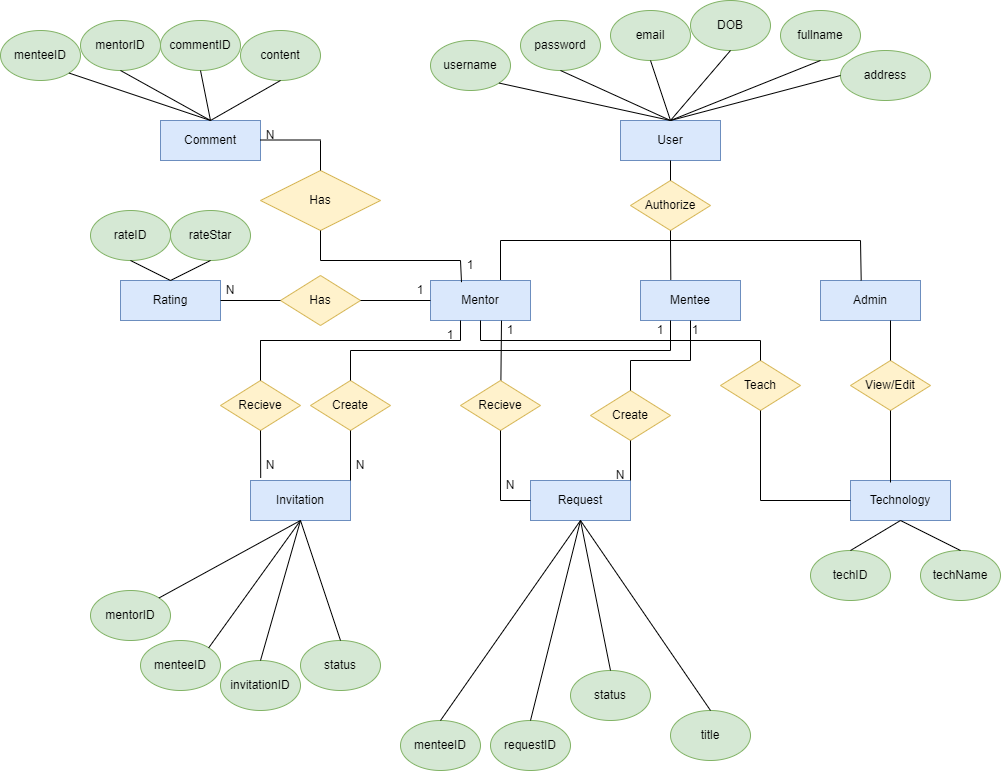
dungdt23/SWP391_Document keeps this draw.io diagram as ERD.drawio.png. Above is the earlier version. Source tidied: cells renumbered, new cells last; positions are measured from the earlier drawing's top-left corner, leaving out a move shared by most shapes.
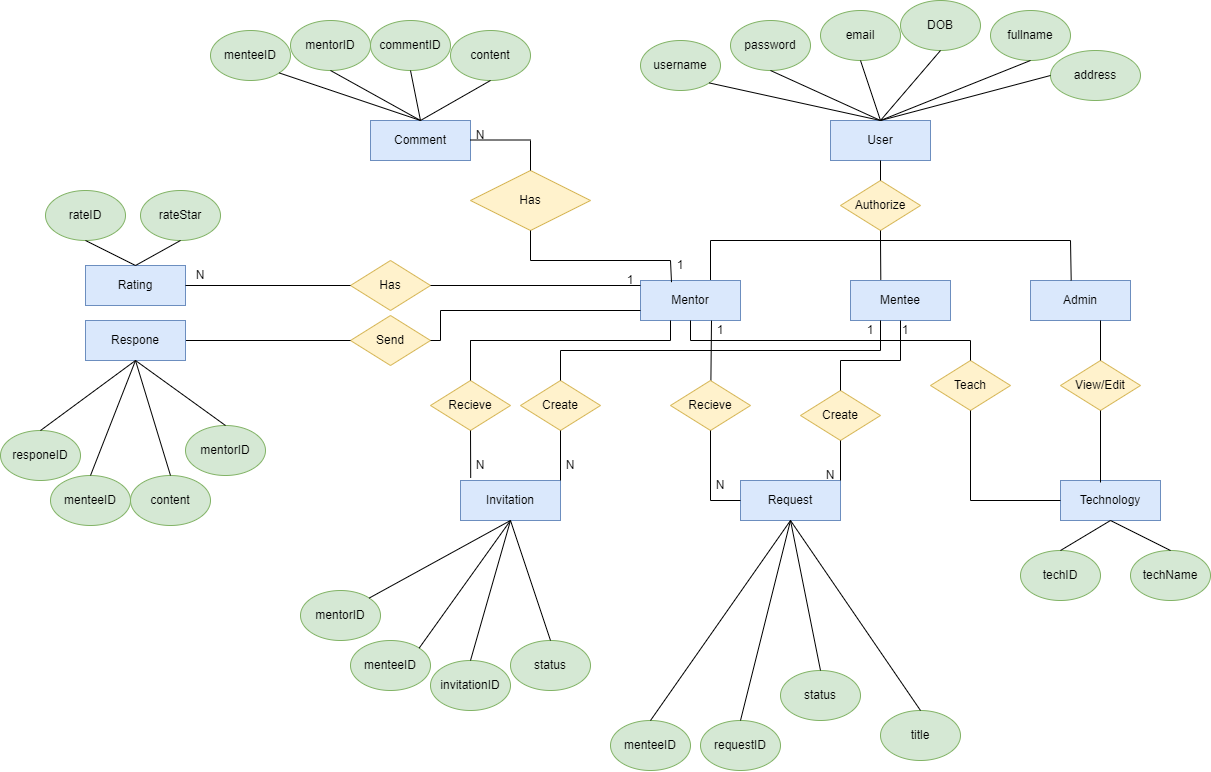
After the commit.

What changed in the source:
```diff
@@ -205,13 +205,13 @@
       </mxGeometry>
     </mxCell>
     <mxCell id="54" value="Rating" style="whiteSpace=wrap;html=1;align=center;fillColor=#dae8fc;strokeColor=#6c8ebf;" parent="1" vertex="1">
-      <mxGeometry x="120" y="280" width="100" height="40" as="geometry" />
+      <mxGeometry x="-125" y="265" width="100" height="40" as="geometry" />
     </mxCell>
     <mxCell id="55" value="rateID" style="ellipse;whiteSpace=wrap;html=1;align=center;fillColor=#d5e8d4;strokeColor=#82b366;" parent="1" vertex="1">
-      <mxGeometry x="90" y="210" width="80" height="50" as="geometry" />
+      <mxGeometry x="-165" y="190" width="80" height="50" as="geometry" />
     </mxCell>
     <mxCell id="56" value="rateStar" style="ellipse;whiteSpace=wrap;html=1;align=center;fillColor=#d5e8d4;strokeColor=#82b366;" parent="1" vertex="1">
-      <mxGeometry x="170" y="210" width="80" height="50" as="geometry" />
+      <mxGeometry x="-70" y="190" width="80" height="50" as="geometry" />
     </mxCell>
     <mxCell id="57" style="endArrow=none;html=1;rounded=0;entryX=0.5;entryY=1;entryDx=0;entryDy=0;exitX=0.5;exitY=0;exitDx=0;exitDy=0;" parent="1" edge="1" source="54" target="55">
       <mxGeometry relative="1" as="geometry" />
@@ -220,13 +220,15 @@
       <mxGeometry relative="1" as="geometry" />
     </mxCell>
     <mxCell id="59" value="Has" style="shape=rhombus;perimeter=rhombusPerimeter;whiteSpace=wrap;html=1;align=center;fillColor=#fff2cc;strokeColor=#d6b656;" parent="1" vertex="1">
-      <mxGeometry x="280" y="275" width="80" height="50" as="geometry" />
+      <mxGeometry x="140" y="260" width="80" height="50" as="geometry" />
     </mxCell>
     <mxCell id="60" style="endArrow=none;html=1;rounded=0;exitX=1;exitY=0.5;exitDx=0;exitDy=0;" parent="1" edge="1" source="54" target="59">
       <mxGeometry relative="1" as="geometry" />
     </mxCell>
-    <mxCell id="61" style="endArrow=none;html=1;rounded=0;exitX=1;exitY=0.5;exitDx=0;exitDy=0;" parent="1" edge="1" source="59" target="14">
-      <mxGeometry relative="1" as="geometry" />
+    <mxCell id="61" style="endArrow=none;html=1;rounded=0;exitX=1;exitY=0.5;exitDx=0;exitDy=0;" parent="1" edge="1" source="59">
+      <mxGeometry relative="1" as="geometry">
+        <mxPoint x="430" y="285" as="targetPoint" />
+      </mxGeometry>
     </mxCell>
     <mxCell id="62" value="Technology" style="whiteSpace=wrap;html=1;align=center;fillColor=#dae8fc;strokeColor=#6c8ebf;" parent="1" vertex="1">
       <mxGeometry x="850" y="480" width="100" height="40" as="geometry" />
@@ -290,17 +292,14 @@
       <mxGeometry x="440" y="250" width="60" height="30" as="geometry" />
     </mxCell>
     <mxCell id="78" value="N" style="text;html=1;strokeColor=none;fillColor=none;align=center;verticalAlign=middle;whiteSpace=wrap;rounded=0;" parent="1" vertex="1">
-      <mxGeometry x="200" y="275" width="60" height="30" as="geometry" />
+      <mxGeometry x="-40" y="260" width="60" height="30" as="geometry" />
     </mxCell>
     <mxCell id="79" value="1" style="text;html=1;strokeColor=none;fillColor=none;align=center;verticalAlign=middle;whiteSpace=wrap;rounded=0;" parent="1" vertex="1">
-      <mxGeometry x="390" y="275" width="60" height="30" as="geometry" />
+      <mxGeometry x="390" y="265" width="60" height="30" as="geometry" />
     </mxCell>
     <mxCell id="80" value="N" style="text;html=1;strokeColor=none;fillColor=none;align=center;verticalAlign=middle;whiteSpace=wrap;rounded=0;" parent="1" vertex="1">
       <mxGeometry x="240" y="450" width="60" height="30" as="geometry" />
     </mxCell>
-    <mxCell id="81" value="1" style="text;html=1;strokeColor=none;fillColor=none;align=center;verticalAlign=middle;whiteSpace=wrap;rounded=0;" parent="1" vertex="1">
-      <mxGeometry x="420" y="320" width="60" height="30" as="geometry" />
-    </mxCell>
     <mxCell id="82" value="N" style="text;html=1;strokeColor=none;fillColor=none;align=center;verticalAlign=middle;whiteSpace=wrap;rounded=0;" parent="1" vertex="1">
       <mxGeometry x="590" y="460" width="60" height="30" as="geometry" />
     </mxCell>
@@ -398,5 +397,57 @@
     <mxCell id="110" value="N" style="text;html=1;strokeColor=none;fillColor=none;align=center;verticalAlign=middle;whiteSpace=wrap;rounded=0;" parent="1" vertex="1">
       <mxGeometry x="330" y="450" width="60" height="30" as="geometry" />
     </mxCell>
+    <mxCell id="111" value="Send" style="shape=rhombus;perimeter=rhombusPerimeter;whiteSpace=wrap;html=1;align=center;fillColor=#fff2cc;strokeColor=#d6b656;" parent="1" vertex="1">
+      <mxGeometry x="140" y="315" width="80" height="50" as="geometry" />
+    </mxCell>
+    <mxCell id="112" style="endArrow=none;html=1;rounded=0;entryX=0;entryY=0.75;entryDx=0;entryDy=0;" parent="1" edge="1" target="14">
+      <mxGeometry relative="1" as="geometry">
+        <mxPoint x="230" y="310" as="sourcePoint" />
+      </mxGeometry>
+    </mxCell>
+    <mxCell id="113" style="endArrow=none;html=1;rounded=0;" parent="1" edge="1">
+      <mxGeometry relative="1" as="geometry">
+        <mxPoint x="230" y="340" as="sourcePoint" />
+        <mxPoint x="230" y="310" as="targetPoint" />
+      </mxGeometry>
+    </mxCell>
+    <mxCell id="114" style="endArrow=none;html=1;rounded=0;exitX=0;exitY=0.5;exitDx=0;exitDy=0;entryX=1;entryY=0.5;entryDx=0;entryDy=0;" parent="1" edge="1" source="111" target="116">
+      <mxGeometry relative="1" as="geometry" />
+    </mxCell>
+    <mxCell id="115" style="endArrow=none;html=1;rounded=0;exitX=1;exitY=0.5;exitDx=0;exitDy=0;" parent="1" edge="1" source="111">
+      <mxGeometry relative="1" as="geometry">
+        <mxPoint x="230" y="340" as="targetPoint" />
+      </mxGeometry>
+    </mxCell>
+    <mxCell id="116" value="Respone" style="whiteSpace=wrap;html=1;align=center;fillColor=#dae8fc;strokeColor=#6c8ebf;" parent="1" vertex="1">
+      <mxGeometry x="-125" y="320" width="100" height="40" as="geometry" />
+    </mxCell>
+    <mxCell id="117" value="responeID" style="ellipse;whiteSpace=wrap;html=1;align=center;fillColor=#d5e8d4;strokeColor=#82b366;" parent="1" vertex="1">
+      <mxGeometry x="-210" y="430" width="80" height="50" as="geometry" />
+    </mxCell>
+    <mxCell id="118" value="menteeID" style="ellipse;whiteSpace=wrap;html=1;align=center;fillColor=#d5e8d4;strokeColor=#82b366;" parent="1" vertex="1">
+      <mxGeometry x="-160" y="475" width="80" height="50" as="geometry" />
+    </mxCell>
+    <mxCell id="119" value="mentorID" style="ellipse;whiteSpace=wrap;html=1;align=center;fillColor=#d5e8d4;strokeColor=#82b366;" parent="1" vertex="1">
+      <mxGeometry x="-25" y="425" width="80" height="50" as="geometry" />
+    </mxCell>
+    <mxCell id="120" value="content" style="ellipse;whiteSpace=wrap;html=1;align=center;fillColor=#d5e8d4;strokeColor=#82b366;" parent="1" vertex="1">
+      <mxGeometry x="-80" y="475" width="80" height="50" as="geometry" />
+    </mxCell>
+    <mxCell id="121" style="edgeStyle=orthogonalEdgeStyle;rounded=0;orthogonalLoop=1;jettySize=auto;html=1;exitX=0.5;exitY=1;exitDx=0;exitDy=0;" parent="1" edge="1" source="120" target="120">
+      <mxGeometry relative="1" as="geometry" />
+    </mxCell>
+    <mxCell id="122" style="endArrow=none;html=1;rounded=0;exitX=0.5;exitY=0;exitDx=0;exitDy=0;entryX=0.5;entryY=1;entryDx=0;entryDy=0;" parent="1" edge="1" source="117" target="116">
+      <mxGeometry relative="1" as="geometry" />
+    </mxCell>
+    <mxCell id="123" style="endArrow=none;html=1;rounded=0;entryX=0.5;entryY=1;entryDx=0;entryDy=0;exitX=0.5;exitY=0;exitDx=0;exitDy=0;" parent="1" edge="1" source="118" target="116">
+      <mxGeometry relative="1" as="geometry" />
+    </mxCell>
+    <mxCell id="124" style="endArrow=none;html=1;rounded=0;exitX=0.5;exitY=0;exitDx=0;exitDy=0;entryX=0.5;entryY=1;entryDx=0;entryDy=0;" parent="1" edge="1" source="120" target="116">
+      <mxGeometry relative="1" as="geometry" />
+    </mxCell>
+    <mxCell id="125" style="endArrow=none;html=1;rounded=0;exitX=0.5;exitY=0;exitDx=0;exitDy=0;entryX=0.5;entryY=1;entryDx=0;entryDy=0;" parent="1" edge="1" source="119" target="116">
+      <mxGeometry relative="1" as="geometry" />
+    </mxCell>
   </root>
 </mxGraphModel>
```
